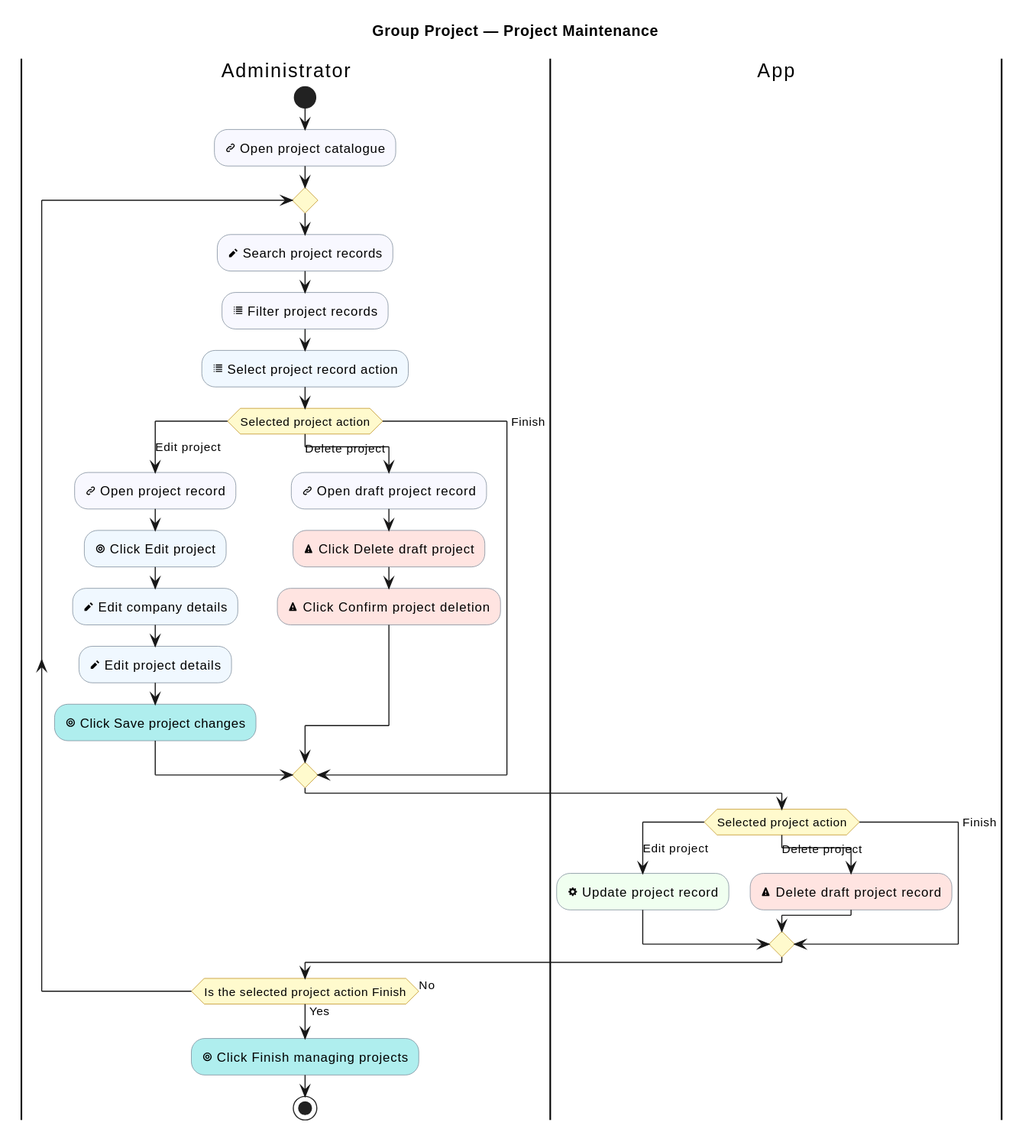
Above: industrial-placement-group-project/diagrams/group-project/project-maintenance.svg in sdflkjssl/sdflkjssl.github.io (PlantUML), before the change.
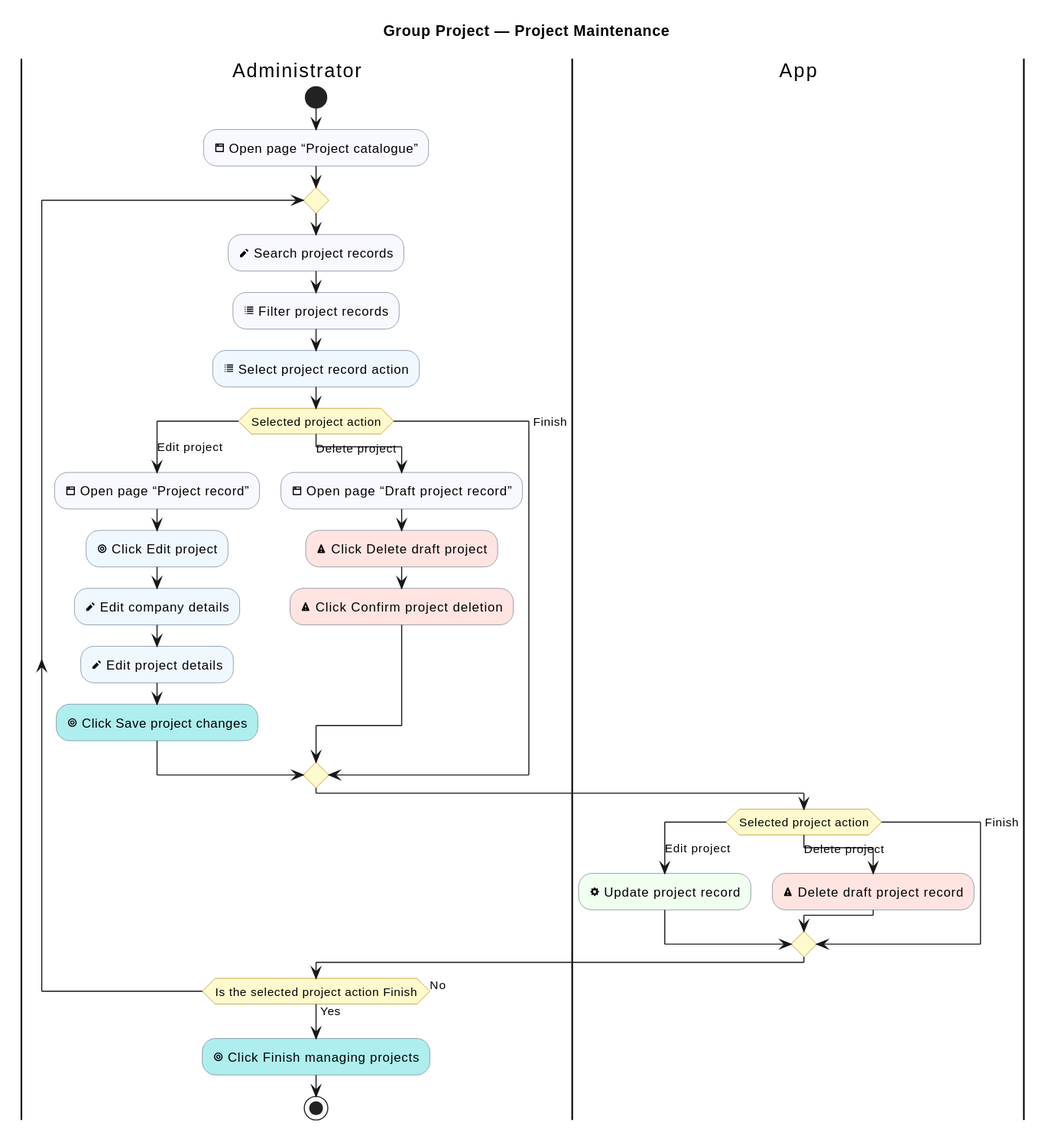
The same file after the commit.

What changed in the source:
```diff
@@ -12,20 +12,20 @@
 
 |Administrator|
 start
-:<&link-intact> Open project catalogue; <<#GhostWhite>>
+:<&browser> Open page “Project catalogue”; <<#GhostWhite>>
 repeat
   :<&pencil> Search project records; <<#GhostWhite>>
   :<&list> Filter project records; <<#GhostWhite>>
   :<&list> Select project record action; <<#AliceBlue>>
   switch (Selected project action)
   case (Edit project)
-    :<&link-intact> Open project record; <<#GhostWhite>>
+    :<&browser> Open page “Project record”; <<#GhostWhite>>
     :<&target> Click Edit project; <<#AliceBlue>>
     :<&pencil> Edit company details; <<#AliceBlue>>
     :<&pencil> Edit project details; <<#AliceBlue>>
     :<&target> Click Save project changes; <<#PaleTurquoise>>
   case (Delete project)
-    :<&link-intact> Open draft project record; <<#GhostWhite>>
+    :<&browser> Open page “Draft project record”; <<#GhostWhite>>
     :<&warning> Click Delete draft project; <<#MistyRose>>
     :<&warning> Click Confirm project deletion; <<#MistyRose>>
   case (Finish)
```
